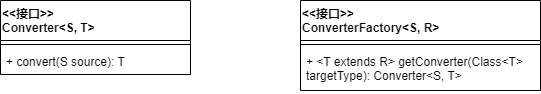
wsxzei/markdown-photos keeps this draw.io diagram as wzz-spring/Data type conversion .drawio.png. Above is the earlier version. Source tidied: cells renumbered, new cells last; positions are measured from the earlier drawing's top-left corner, leaving out a move shared by most shapes.
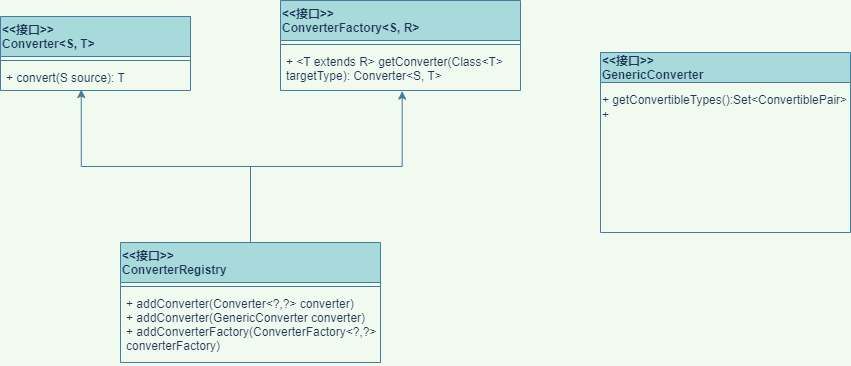
Later version of the same file.

Change to the diagram source:
```diff
@@ -1,24 +1,45 @@
-<mxGraphModel>
+<mxGraphModel background="#F1FAEE">
   <root>
     <mxCell id="0" />
     <mxCell id="1" parent="0" />
-    <mxCell id="2" value="&lt;&lt;接口&gt;&gt;&#10;Converter&lt;S, T&gt;" style="swimlane;fontStyle=1;align=left;verticalAlign=top;horizontal=1;startSize=40;" parent="1" vertex="1">
-      <mxGeometry width="190" height="74" as="geometry" />
+    <mxCell id="2" value="&lt;&lt;接口&gt;&gt;&#10;Converter&lt;S, T&gt;" style="swimlane;fontStyle=1;align=left;verticalAlign=top;horizontal=1;startSize=40;fillColor=#A8DADC;strokeColor=#457B9D;fontColor=#1D3557;" parent="1" vertex="1">
+      <mxGeometry x="-130" y="24" width="190" height="74" as="geometry" />
     </mxCell>
-    <mxCell id="3" style="line;strokeWidth=1;fillColor=none;align=left;verticalAlign=middle;spacingTop=-1;spacingLeft=3;spacingRight=3;labelPosition=right;" parent="2" vertex="1">
+    <mxCell id="3" style="line;strokeWidth=1;fillColor=none;align=left;verticalAlign=middle;spacingTop=-1;spacingLeft=3;spacingRight=3;labelPosition=right;labelBackgroundColor=#F1FAEE;strokeColor=#457B9D;fontColor=#1D3557;" parent="2" vertex="1">
       <mxGeometry y="40" width="190" height="8" as="geometry" />
     </mxCell>
-    <mxCell id="4" value="+ convert(S source): T" style="text;strokeColor=none;fillColor=none;align=left;verticalAlign=top;spacingLeft=4;spacingRight=4;overflow=hidden;points=[[0,0.5],[1,0.5]];portConstraint=eastwest;" parent="2" vertex="1">
+    <mxCell id="4" value="+ convert(S source): T" style="text;strokeColor=none;fillColor=none;align=left;verticalAlign=top;spacingLeft=4;spacingRight=4;overflow=hidden;points=[[0,0.5],[1,0.5]];portConstraint=eastwest;fontColor=#1D3557;" parent="2" vertex="1">
       <mxGeometry y="48" width="190" height="26" as="geometry" />
     </mxCell>
-    <mxCell id="5" value="&lt;&lt;接口&gt;&gt;&#10;ConverterFactory&lt;S, R&gt;" style="swimlane;fontStyle=1;align=left;verticalAlign=top;horizontal=1;startSize=40;" parent="1" vertex="1">
-      <mxGeometry x="300" width="240" height="90" as="geometry" />
+    <mxCell id="5" value="&lt;&lt;接口&gt;&gt;&#10;ConverterFactory&lt;S, R&gt;" style="swimlane;fontStyle=1;align=left;verticalAlign=top;horizontal=1;startSize=40;fillColor=#A8DADC;strokeColor=#457B9D;fontColor=#1D3557;" parent="1" vertex="1">
+      <mxGeometry x="150" y="8" width="240" height="90" as="geometry" />
     </mxCell>
-    <mxCell id="6" style="line;strokeWidth=1;fillColor=none;align=left;verticalAlign=middle;spacingTop=-1;spacingLeft=3;spacingRight=3;labelPosition=right;" parent="5" vertex="1">
+    <mxCell id="6" style="line;strokeWidth=1;fillColor=none;align=left;verticalAlign=middle;spacingTop=-1;spacingLeft=3;spacingRight=3;labelPosition=right;labelBackgroundColor=#F1FAEE;strokeColor=#457B9D;fontColor=#1D3557;" parent="5" vertex="1">
       <mxGeometry y="40" width="240" height="8" as="geometry" />
     </mxCell>
-    <mxCell id="7" value="+ &lt;T extends R&gt; getConverter(Class&lt;T&gt; &#10;targetType): Converter&lt;S, T&gt;" style="text;strokeColor=none;fillColor=none;align=left;verticalAlign=top;spacingLeft=4;spacingRight=4;overflow=hidden;points=[[0,0.5],[1,0.5]];portConstraint=eastwest;" parent="5" vertex="1">
+    <mxCell id="7" value="+ &lt;T extends R&gt; getConverter(Class&lt;T&gt; &#10;targetType): Converter&lt;S, T&gt;" style="text;strokeColor=none;fillColor=none;align=left;verticalAlign=top;spacingLeft=4;spacingRight=4;overflow=hidden;points=[[0,0.5],[1,0.5]];portConstraint=eastwest;fontColor=#1D3557;" parent="5" vertex="1">
       <mxGeometry y="48" width="240" height="42" as="geometry" />
     </mxCell>
+    <mxCell id="8" style="edgeStyle=orthogonalEdgeStyle;rounded=0;jettySize=auto;html=1;exitX=0.5;exitY=0;exitDx=0;exitDy=0;entryX=0.425;entryY=0.962;entryDx=0;entryDy=0;entryPerimeter=0;labelBackgroundColor=#F1FAEE;strokeColor=#457B9D;fontColor=#1D3557;" parent="1" edge="1" source="10" target="4">
+      <mxGeometry relative="1" as="geometry" />
+    </mxCell>
+    <mxCell id="9" style="edgeStyle=orthogonalEdgeStyle;rounded=0;jettySize=auto;html=1;exitX=0.5;exitY=0;exitDx=0;exitDy=0;labelBackgroundColor=#F1FAEE;strokeColor=#457B9D;fontColor=#1D3557;entryX=0.507;entryY=1.014;entryDx=0;entryDy=0;entryPerimeter=0;" parent="1" edge="1" source="10" target="7">
+      <mxGeometry relative="1" as="geometry" />
+    </mxCell>
+    <mxCell id="10" value="&lt;&lt;接口&gt;&gt;&#10;ConverterRegistry" style="swimlane;fontStyle=1;align=left;verticalAlign=top;horizontal=1;startSize=40;fillColor=#A8DADC;strokeColor=#457B9D;fontColor=#1D3557;" parent="1" vertex="1">
+      <mxGeometry x="-10" y="250" width="260" height="120" as="geometry" />
+    </mxCell>
+    <mxCell id="11" style="line;strokeWidth=1;fillColor=none;align=left;verticalAlign=middle;spacingTop=-1;spacingLeft=3;spacingRight=3;labelPosition=right;labelBackgroundColor=#F1FAEE;strokeColor=#457B9D;fontColor=#1D3557;" parent="10" vertex="1">
+      <mxGeometry y="40" width="260" height="8" as="geometry" />
+    </mxCell>
+    <mxCell id="12" value="+ addConverter(Converter&lt;?,?&gt; converter)&#10;+ addConverter(GenericConverter converter)&#10;+ addConverterFactory(ConverterFactory&lt;?,?&gt; &#10;converterFactory)" style="text;strokeColor=none;fillColor=none;align=left;verticalAlign=top;spacingLeft=4;spacingRight=4;overflow=hidden;fontColor=#1D3557;" parent="10" vertex="1">
+      <mxGeometry y="48" width="260" height="72" as="geometry" />
+    </mxCell>
+    <mxCell id="13" value="&lt;&lt;接口&gt;&gt;&#10;GenericConverter" style="swimlane;startSize=30;align=left;fillColor=#A8DADC;strokeColor=#457B9D;fontColor=#1D3557;" parent="1" vertex="1">
+      <mxGeometry x="470" y="60" width="250" height="180" as="geometry" />
+    </mxCell>
+    <mxCell id="14" value="+ getConvertibleTypes():Set&amp;lt;ConvertiblePair&amp;gt;&lt;br&gt;+&amp;nbsp;" style="text;html=1;strokeColor=none;fillColor=none;align=left;verticalAlign=middle;whiteSpace=wrap;rounded=0;fontColor=#1D3557;" parent="13" vertex="1">
+      <mxGeometry y="30" width="250" height="50" as="geometry" />
+    </mxCell>
   </root>
 </mxGraphModel>
```
